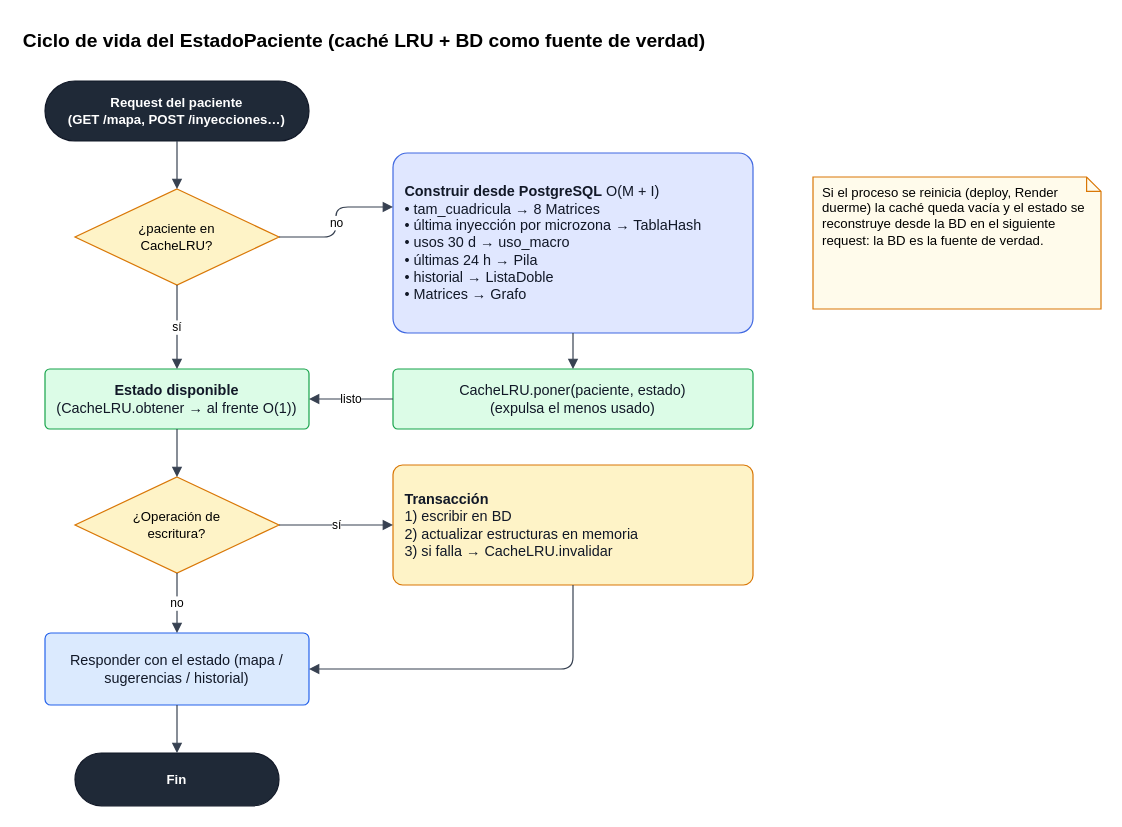
Above: docs/images/flujo-estado-paciente.drawio in NicoalsD/Insumap-backend (draw.io), before the change. Source tidied: cells renumbered, new cells numbered last; positions are measured from the earlier drawing's top-left corner, leaving out a move shared by most shapes. Both pictures are drawn from the tidied source at 120%, with x=0, y=0 at pixel (20, 20).
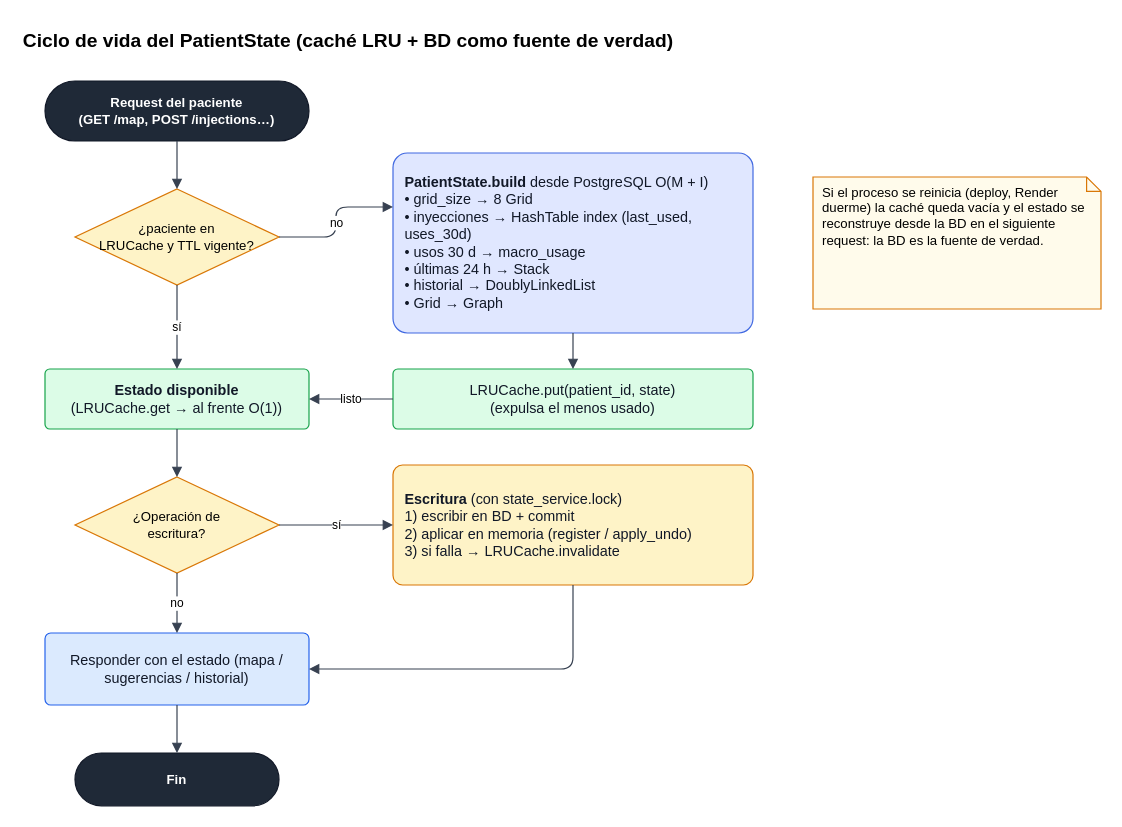
The same diagram, later.

Diff of the diagram source:
```diff
@@
-    <mxCell id="2" value="&lt;b style='font-size:16px'&gt;Ciclo de vida del EstadoPaciente (caché LRU + BD como fuente de verdad)&lt;/b&gt;" style="text;html=1;whiteSpace=wrap;fontFamily=Helvetica;fontSize=12;align=left;verticalAlign=top;" parent="1" vertex="1">
+    <mxCell id="2" value="&lt;b style='font-size:16px'&gt;Ciclo de vida del PatientState (caché LRU + BD como fuente de verdad)&lt;/b&gt;" style="text;html=1;whiteSpace=wrap;fontFamily=Helvetica;fontSize=12;align=left;verticalAlign=top;" parent="1" vertex="1">
       <mxGeometry width="900" height="30" as="geometry" />
     </mxCell>
-    <mxCell id="3" value="Request del paciente&lt;br&gt;(GET /mapa, POST /inyecciones…)" style="rounded=1;arcSize=50;whiteSpace=wrap;html=1;fillColor=#1F2937;strokeColor=#111827;fontColor=#FFFFFF;fontFamily=Helvetica;fontSize=11;fontStyle=1;" parent="1" vertex="1">
+    <mxCell id="3" value="Request del paciente&lt;br&gt;(GET /map, POST /injections…)" style="rounded=1;arcSize=50;whiteSpace=wrap;html=1;fillColor=#1F2937;strokeColor=#111827;fontColor=#FFFFFF;fontFamily=Helvetica;fontSize=11;fontStyle=1;" parent="1" vertex="1">
       <mxGeometry x="20" y="50" width="220" height="50" as="geometry" />
     </mxCell>
-    <mxCell id="4" value="¿paciente en&lt;br&gt;CacheLRU?" style="rhombus;whiteSpace=wrap;html=1;fillColor=#FEF3C7;strokeColor=#D97706;fontFamily=Helvetica;fontSize=11;" parent="1" vertex="1">
+    <mxCell id="4" value="¿paciente en&lt;br&gt;LRUCache y TTL vigente?" style="rhombus;whiteSpace=wrap;html=1;fillColor=#FEF3C7;strokeColor=#D97706;fontFamily=Helvetica;fontSize=11;" parent="1" vertex="1">
       <mxGeometry x="45" y="140" width="170" height="80" as="geometry" />
     </mxCell>
-    <mxCell id="5" value="&lt;b&gt;Construir desde PostgreSQL&lt;/b&gt; O(M + I)&lt;br&gt;• tam_cuadricula → 8 Matrices&lt;br&gt;• última inyección por microzona → TablaHash&lt;br&gt;• usos 30 d → uso_macro&lt;br&gt;• últimas 24 h → Pila&lt;br&gt;• historial → ListaDoble&lt;br&gt;• Matrices → Grafo" style="rounded=1;whiteSpace=wrap;html=1;arcSize=8;fillColor=#E0E7FF;strokeColor=#4169E1;fontColor=#111827;fontFamily=Helvetica;fontSize=12;align=left;spacingLeft=8;" parent="1" vertex="1">
+    <mxCell id="5" value="&lt;b&gt;PatientState.build&lt;/b&gt; desde PostgreSQL O(M + I)&lt;br&gt;• grid_size → 8 Grid&lt;br&gt;• inyecciones → HashTable index (last_used, uses_30d)&lt;br&gt;• usos 30 d → macro_usage&lt;br&gt;• últimas 24 h → Stack&lt;br&gt;• historial → DoublyLinkedList&lt;br&gt;• Grid → Graph" style="rounded=1;whiteSpace=wrap;html=1;arcSize=8;fillColor=#E0E7FF;strokeColor=#4169E1;fontColor=#111827;fontFamily=Helvetica;fontSize=12;align=left;spacingLeft=8;" parent="1" vertex="1">
       <mxGeometry x="310" y="110" width="300" height="150" as="geometry" />
     </mxCell>
-    <mxCell id="6" value="CacheLRU.poner(paciente, estado)&lt;br&gt;(expulsa el menos usado)" style="rounded=1;whiteSpace=wrap;html=1;arcSize=8;fillColor=#DCFCE7;strokeColor=#16A34A;fontColor=#111827;fontFamily=Helvetica;fontSize=12;" parent="1" vertex="1">
+    <mxCell id="6" value="LRUCache.put(patient_id, state)&lt;br&gt;(expulsa el menos usado)" style="rounded=1;whiteSpace=wrap;html=1;arcSize=8;fillColor=#DCFCE7;strokeColor=#16A34A;fontColor=#111827;fontFamily=Helvetica;fontSize=12;" parent="1" vertex="1">
       <mxGeometry x="310" y="290" width="300" height="50" as="geometry" />
     </mxCell>
-    <mxCell id="7" value="&lt;b&gt;Estado disponible&lt;/b&gt;&lt;br&gt;(CacheLRU.obtener → al frente O(1))" style="rounded=1;whiteSpace=wrap;html=1;arcSize=8;fillColor=#DCFCE7;strokeColor=#16A34A;fontColor=#111827;fontFamily=Helvetica;fontSize=12;" parent="1" vertex="1">
+    <mxCell id="7" value="&lt;b&gt;Estado disponible&lt;/b&gt;&lt;br&gt;(LRUCache.get → al frente O(1))" style="rounded=1;whiteSpace=wrap;html=1;arcSize=8;fillColor=#DCFCE7;strokeColor=#16A34A;fontColor=#111827;fontFamily=Helvetica;fontSize=12;" parent="1" vertex="1">
       <mxGeometry x="20" y="290" width="220" height="50" as="geometry" />
     </mxCell>
@@
-    <mxCell id="9" value="&lt;b&gt;Transacción&lt;/b&gt;&lt;br&gt;1) escribir en BD&lt;br&gt;2) actualizar estructuras en memoria&lt;br&gt;3) si falla → CacheLRU.invalidar" style="rounded=1;whiteSpace=wrap;html=1;arcSize=8;fillColor=#FEF3C7;strokeColor=#D97706;fontColor=#111827;fontFamily=Helvetica;fontSize=12;align=left;spacingLeft=8;" parent="1" vertex="1">
+    <mxCell id="9" value="&lt;b&gt;Escritura&lt;/b&gt; (con state_service.lock)&lt;br&gt;1) escribir en BD + commit&lt;br&gt;2) aplicar en memoria (register / apply_undo)&lt;br&gt;3) si falla → LRUCache.invalidate" style="rounded=1;whiteSpace=wrap;html=1;arcSize=8;fillColor=#FEF3C7;strokeColor=#D97706;fontColor=#111827;fontFamily=Helvetica;fontSize=12;align=left;spacingLeft=8;" parent="1" vertex="1">
       <mxGeometry x="310" y="370" width="300" height="100" as="geometry" />
     </mxCell>
```
